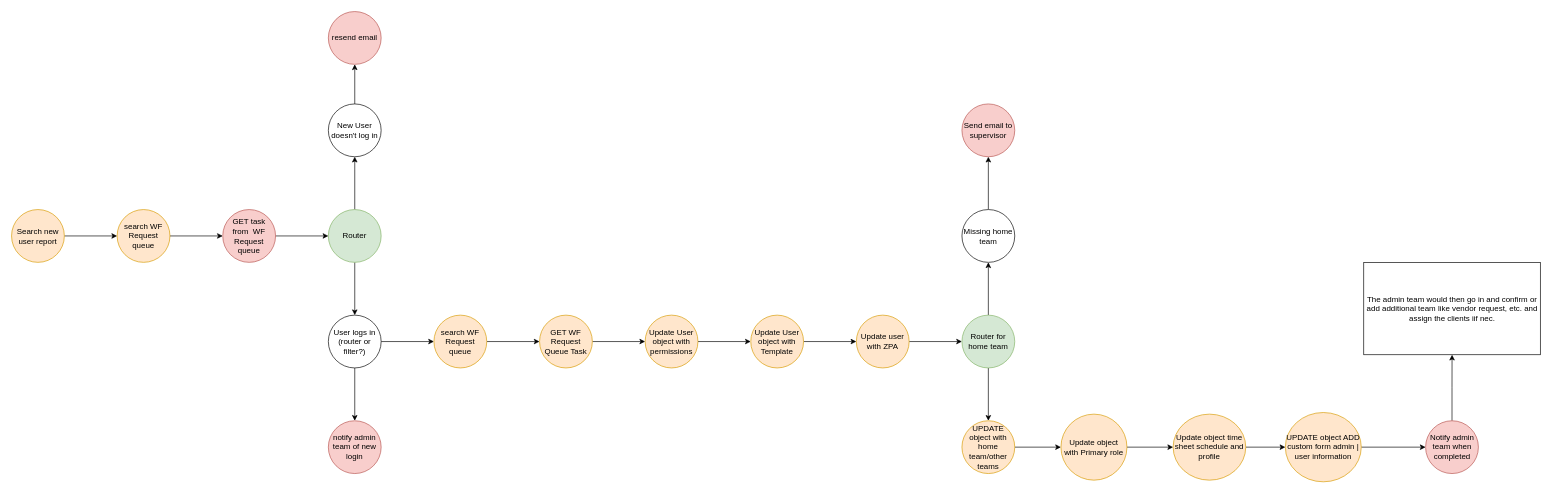
This is new user fusion.drawio from veltsy86/fusion_automations, a draw.io file, before an edit. Source tidied: cells renumbered, new cells numbered last; positions are measured from the earlier drawing's top-left corner, leaving out a move shared by most shapes. Both pictures are drawn from the tidied source at 66%, with x=0, y=0 at pixel (11, 11).
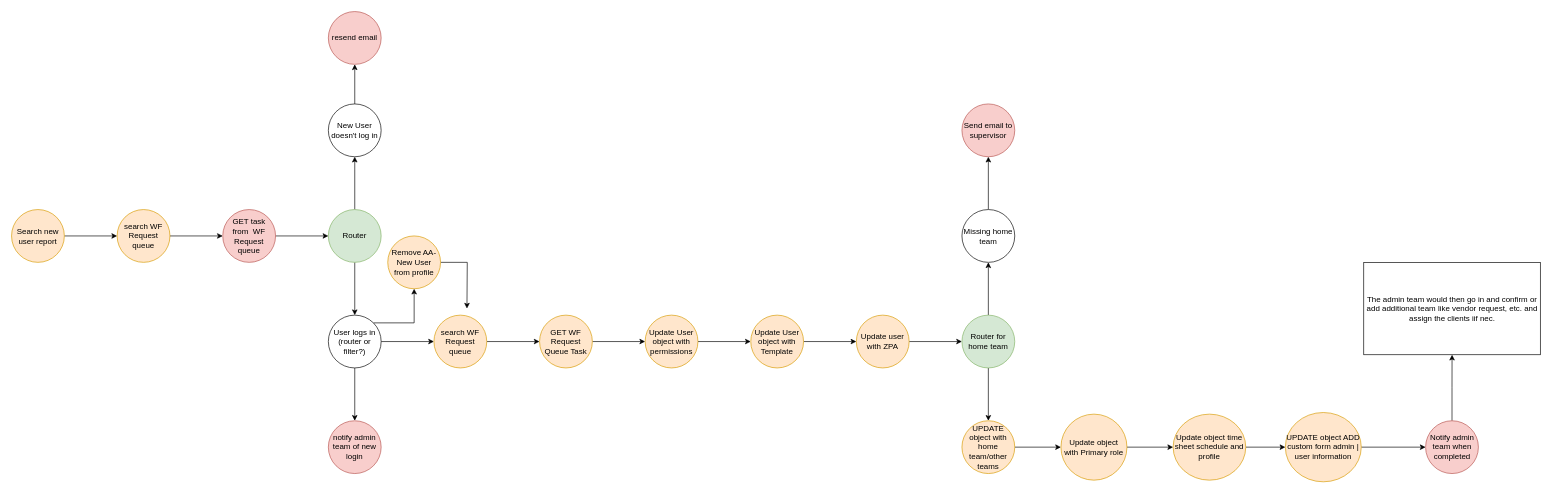
After the change.

The change refers to these unchanged cells:
```xml
<mxCell id="16" value="User logs in (router or filter?)" style="ellipse;whiteSpace=wrap;html=1;" parent="1" vertex="1">
  <mxGeometry x="480" y="460" width="80" height="80" as="geometry" />
</mxCell>
```

Diff of the diagram source:
```diff
@@
+    <mxCell id="45" style="edgeStyle=orthogonalEdgeStyle;rounded=0;jettySize=auto;html=1;exitX=1;exitY=0;exitDx=0;exitDy=0;" parent="1" edge="1" source="16" target="47">
+      <mxGeometry relative="1" as="geometry" />
+    </mxCell>
@@
+    <mxCell id="46" style="edgeStyle=orthogonalEdgeStyle;rounded=0;jettySize=auto;html=1;" parent="1" edge="1" source="47">
+      <mxGeometry relative="1" as="geometry">
+        <mxPoint x="690" y="450" as="targetPoint" />
+      </mxGeometry>
+    </mxCell>
+    <mxCell id="47" value="Remove AA-New User from profile" style="ellipse;whiteSpace=wrap;html=1;fillColor=#ffe6cc;strokeColor=#d79b00;" parent="1" vertex="1">
+      <mxGeometry x="570" y="340" width="80" height="80" as="geometry" />
+    </mxCell>
```
